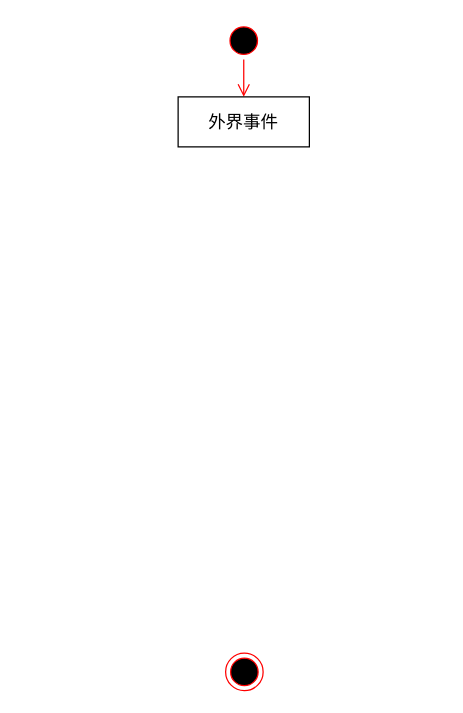
This is 报文处理活动图.drawio from chy-ustc/diagrams, a draw.io file, before an edit. Source tidied: cells renumbered, new cells numbered last; positions are measured from the earlier drawing's top-left corner, leaving out a move shared by most shapes. Both pictures are drawn from the tidied source at 125%, with x=0, y=0 at pixel (178, 21).
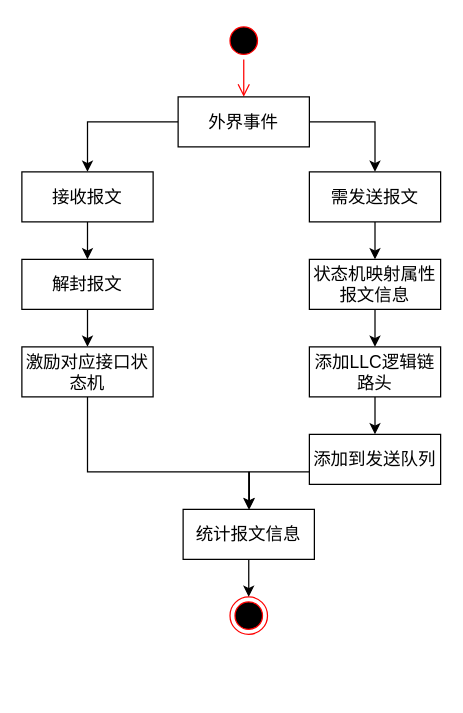
The same page after the edit.

Commit message:
更新报文处理活动图.drawio

Unchanged cells that the change refers to:
```xml
<mxCell id="4" value="&lt;span style=&quot;font-size: 14px;&quot;&gt;外界事件&lt;/span&gt;" style="html=1;whiteSpace=wrap;" parent="1" vertex="1">
  <mxGeometry y="60" width="105" height="40" as="geometry" />
</mxCell>
```

Diff of the diagram source:
```diff
@@
+    <mxCell id="6" style="edgeStyle=orthogonalEdgeStyle;rounded=0;jettySize=auto;html=1;entryX=0.5;entryY=0;entryDx=0;entryDy=0;" parent="1" edge="1" source="4" target="9">
+      <mxGeometry relative="1" as="geometry" />
+    </mxCell>
+    <mxCell id="7" style="edgeStyle=orthogonalEdgeStyle;rounded=0;jettySize=auto;html=1;entryX=0.5;entryY=0;entryDx=0;entryDy=0;" parent="1" edge="1" source="4" target="11">
+      <mxGeometry relative="1" as="geometry">
+        <Array as="points">
+          <mxPoint x="158" y="80" />
+        </Array>
+      </mxGeometry>
+    </mxCell>
@@
     <mxCell id="5" style="ellipse;html=1;shape=endState;fillColor=#000000;strokeColor=#ff0000;" parent="1" vertex="1">
-      <mxGeometry x="38" y="505" width="30" height="30" as="geometry" />
+      <mxGeometry x="41.5" y="460" width="30" height="30" as="geometry" />
     </mxCell>
+    <mxCell id="8" style="edgeStyle=orthogonalEdgeStyle;rounded=0;jettySize=auto;html=1;entryX=0.5;entryY=0;entryDx=0;entryDy=0;" parent="1" edge="1" source="9" target="13">
+      <mxGeometry relative="1" as="geometry" />
+    </mxCell>
+    <mxCell id="9" value="&lt;span style=&quot;font-size: 14px;&quot;&gt;接收报文&lt;/span&gt;" style="html=1;whiteSpace=wrap;" parent="1" vertex="1">
+      <mxGeometry x="-125" y="120" width="105" height="40" as="geometry" />
+    </mxCell>
+    <mxCell id="10" style="edgeStyle=orthogonalEdgeStyle;rounded=0;jettySize=auto;html=1;entryX=0.5;entryY=0;entryDx=0;entryDy=0;" parent="1" edge="1" source="11" target="17">
+      <mxGeometry relative="1" as="geometry" />
+    </mxCell>
+    <mxCell id="11" value="&lt;span style=&quot;font-size: 14px;&quot;&gt;需发送报文&lt;/span&gt;" style="html=1;whiteSpace=wrap;" parent="1" vertex="1">
+      <mxGeometry x="105" y="120" width="105" height="40" as="geometry" />
+    </mxCell>
+    <mxCell id="12" style="edgeStyle=orthogonalEdgeStyle;rounded=0;jettySize=auto;html=1;" parent="1" edge="1" source="13" target="15">
+      <mxGeometry relative="1" as="geometry" />
+    </mxCell>
+    <mxCell id="13" value="&lt;span style=&quot;font-size: 14px;&quot;&gt;解封报文&lt;/span&gt;" style="html=1;whiteSpace=wrap;" parent="1" vertex="1">
+      <mxGeometry x="-125" y="190" width="105" height="40" as="geometry" />
+    </mxCell>
+    <mxCell id="14" style="edgeStyle=orthogonalEdgeStyle;rounded=0;jettySize=auto;html=1;entryX=0.5;entryY=0;entryDx=0;entryDy=0;" parent="1" edge="1" source="15" target="23">
+      <mxGeometry relative="1" as="geometry">
+        <Array as="points">
+          <mxPoint x="-72" y="360" />
+          <mxPoint x="57" y="360" />
+        </Array>
+      </mxGeometry>
+    </mxCell>
+    <mxCell id="15" value="&lt;span style=&quot;font-size: 14px;&quot;&gt;激励对应接口状态机&lt;/span&gt;" style="html=1;whiteSpace=wrap;" parent="1" vertex="1">
+      <mxGeometry x="-125" y="260" width="105" height="40" as="geometry" />
+    </mxCell>
+    <mxCell id="16" style="edgeStyle=orthogonalEdgeStyle;rounded=0;jettySize=auto;html=1;" parent="1" edge="1" source="17" target="19">
+      <mxGeometry relative="1" as="geometry" />
+    </mxCell>
+    <mxCell id="17" value="&lt;span style=&quot;font-size: 14px;&quot;&gt;状态机映射属性报文信息&lt;/span&gt;" style="html=1;whiteSpace=wrap;" parent="1" vertex="1">
+      <mxGeometry x="105" y="190" width="105" height="40" as="geometry" />
+    </mxCell>
+    <mxCell id="18" style="edgeStyle=orthogonalEdgeStyle;rounded=0;jettySize=auto;html=1;" parent="1" edge="1" source="19" target="21">
+      <mxGeometry relative="1" as="geometry" />
+    </mxCell>
+    <mxCell id="19" value="&lt;span style=&quot;font-size: 14px;&quot;&gt;添加LLC逻辑链路头&lt;/span&gt;" style="html=1;whiteSpace=wrap;" parent="1" vertex="1">
+      <mxGeometry x="105" y="260" width="105" height="40" as="geometry" />
+    </mxCell>
+    <mxCell id="20" style="edgeStyle=orthogonalEdgeStyle;rounded=0;jettySize=auto;html=1;" parent="1" edge="1" source="21" target="23">
+      <mxGeometry relative="1" as="geometry">
+        <Array as="points">
+          <mxPoint x="57" y="360" />
+        </Array>
+      </mxGeometry>
+    </mxCell>
+    <mxCell id="21" value="&lt;font style=&quot;font-size: 14px;&quot;&gt;添加到发送队列&lt;/font&gt;" style="html=1;whiteSpace=wrap;" parent="1" vertex="1">
+      <mxGeometry x="105" y="330" width="105" height="40" as="geometry" />
+    </mxCell>
+    <mxCell id="22" style="edgeStyle=orthogonalEdgeStyle;rounded=0;jettySize=auto;html=1;entryX=0.5;entryY=0;entryDx=0;entryDy=0;" parent="1" edge="1" source="23" target="5">
+      <mxGeometry relative="1" as="geometry" />
+    </mxCell>
+    <mxCell id="23" value="&lt;font style=&quot;font-size: 14px;&quot;&gt;统计报文信息&lt;/font&gt;" style="html=1;whiteSpace=wrap;" parent="1" vertex="1">
+      <mxGeometry x="4" y="390" width="105" height="40" as="geometry" />
+    </mxCell>
```
